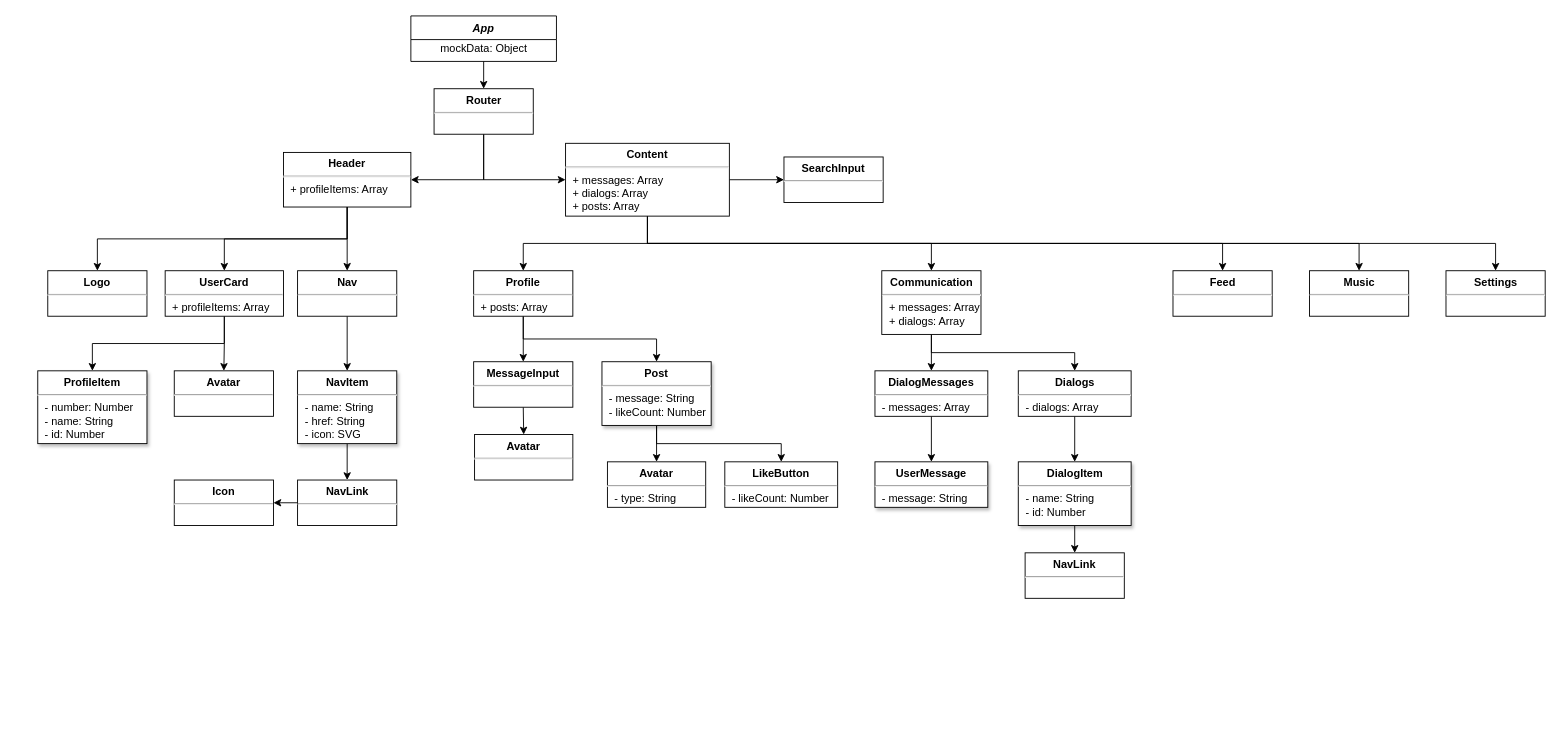
The draw.io diagram Untitled Diagram.drawio in PsarewIvan/react-challenge-itcamasutra, before the edit. Source tidied: cells renumbered, new cells numbered last; positions are measured from the earlier drawing's top-left corner, leaving out a move shared by most shapes. Both pictures are drawn from the tidied source at 91%, with x=0, y=0 at pixel (37, 15).
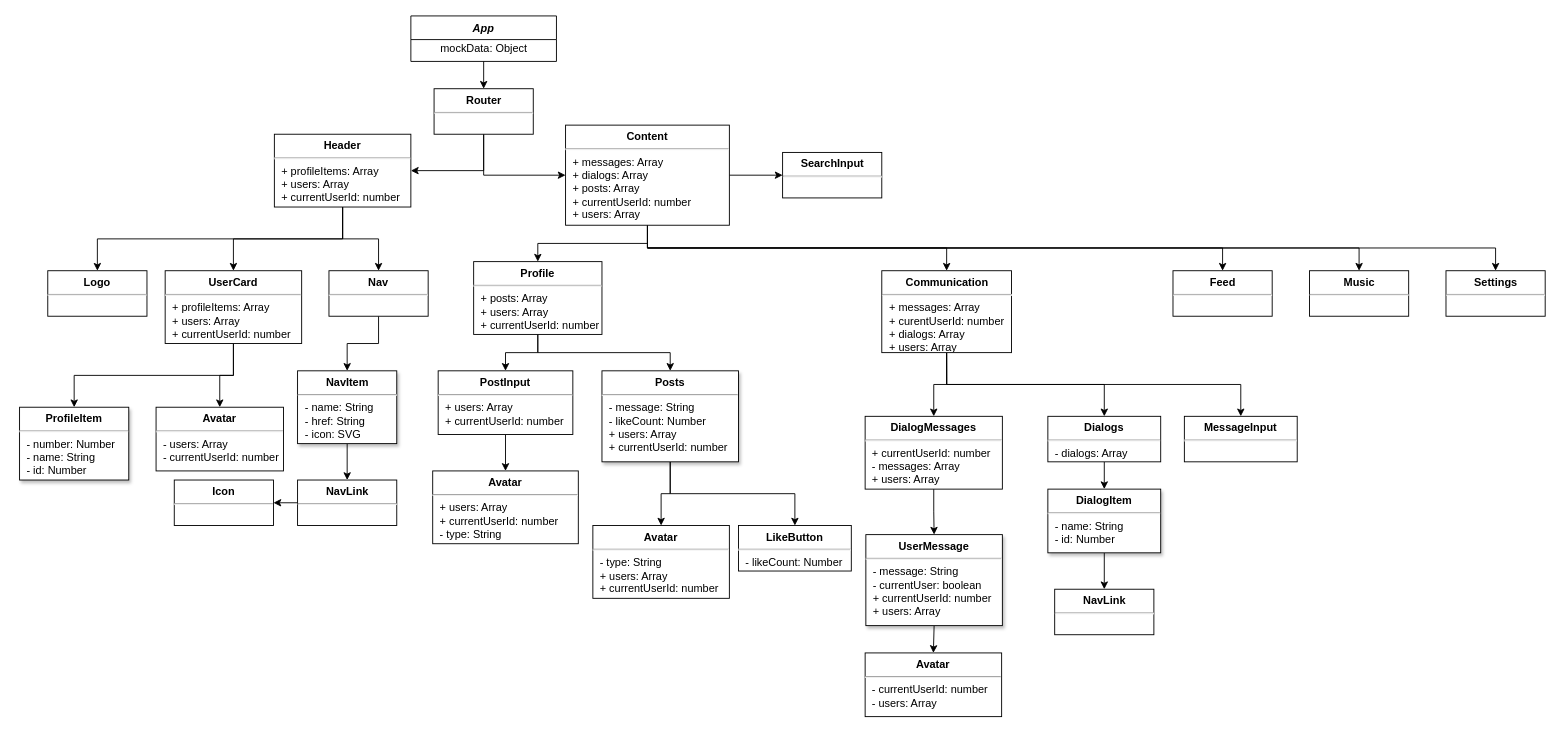
The same diagram, later.

Change to the diagram source:
```diff
@@
-    <mxCell id="8" value="&lt;p style=&quot;margin: 0px ; margin-top: 6px ; text-align: center&quot;&gt;&lt;b&gt;Header&lt;/b&gt;&lt;/p&gt;&lt;hr&gt;&lt;p style=&quot;margin: 0px ; margin-left: 8px&quot;&gt;+ profileItems: Array&lt;/p&gt;" style="align=left;overflow=fill;html=1;" parent="1" vertex="1">
-      <mxGeometry x="270" y="150" width="140" height="60" as="geometry" />
+    <mxCell id="8" value="&lt;p style=&quot;margin: 0px ; margin-top: 6px ; text-align: center&quot;&gt;&lt;b&gt;Header&lt;/b&gt;&lt;/p&gt;&lt;hr&gt;&lt;p style=&quot;margin: 0px ; margin-left: 8px&quot;&gt;+ profileItems: Array&lt;/p&gt;&lt;p style=&quot;margin: 0px 0px 0px 8px&quot;&gt;+ users: Array&lt;/p&gt;&lt;p style=&quot;margin: 0px 0px 0px 8px&quot;&gt;+ currentUserId: number&lt;/p&gt;" style="align=left;overflow=fill;html=1;" parent="1" vertex="1">
+      <mxGeometry x="260" y="130" width="150" height="80" as="geometry" />
     </mxCell>
@@
-    <mxCell id="15" value="&lt;p style=&quot;margin: 0px ; margin-top: 6px ; text-align: center&quot;&gt;&lt;b&gt;Content&lt;/b&gt;&lt;/p&gt;&lt;hr&gt;&lt;p style=&quot;margin: 0px ; margin-left: 8px&quot;&gt;+ messages: Array&lt;br&gt;+ dialogs: Array&lt;/p&gt;&lt;p style=&quot;margin: 0px ; margin-left: 8px&quot;&gt;+ posts: Array&lt;/p&gt;" style="align=left;overflow=fill;html=1;" parent="1" vertex="1">
-      <mxGeometry x="580" y="140" width="180" height="80" as="geometry" />
+    <mxCell id="15" value="&lt;p style=&quot;margin: 0px ; margin-top: 6px ; text-align: center&quot;&gt;&lt;b&gt;Content&lt;/b&gt;&lt;/p&gt;&lt;hr&gt;&lt;p style=&quot;margin: 0px ; margin-left: 8px&quot;&gt;+ messages: Array&lt;br&gt;+ dialogs: Array&lt;/p&gt;&lt;p style=&quot;margin: 0px ; margin-left: 8px&quot;&gt;+ posts: Array&lt;/p&gt;&lt;p style=&quot;margin: 0px ; margin-left: 8px&quot;&gt;+ currentUserId: number&lt;/p&gt;&lt;p style=&quot;margin: 0px ; margin-left: 8px&quot;&gt;+ users: Array&lt;/p&gt;" style="align=left;overflow=fill;html=1;" parent="1" vertex="1">
+      <mxGeometry x="580" y="120" width="180" height="110" as="geometry" />
     </mxCell>
@@
-    <mxCell id="19" value="&lt;p style=&quot;margin: 0px ; margin-top: 6px ; text-align: center&quot;&gt;&lt;b&gt;UserCard&lt;/b&gt;&lt;/p&gt;&lt;hr&gt;&lt;p style=&quot;margin: 0px ; margin-left: 8px&quot;&gt;+ profileItems: Array&lt;/p&gt;" style="align=left;overflow=fill;html=1;" parent="1" vertex="1">
-      <mxGeometry x="140" y="280" width="130" height="50" as="geometry" />
+    <mxCell id="19" value="&lt;p style=&quot;margin: 0px ; margin-top: 6px ; text-align: center&quot;&gt;&lt;b&gt;UserCard&lt;/b&gt;&lt;/p&gt;&lt;hr&gt;&lt;p style=&quot;margin: 0px ; margin-left: 8px&quot;&gt;+ profileItems: Array&lt;/p&gt;&lt;p style=&quot;margin: 0px 0px 0px 8px&quot;&gt;+ users: Array&lt;/p&gt;&lt;p style=&quot;margin: 0px 0px 0px 8px&quot;&gt;+ currentUserId: number&lt;/p&gt;" style="align=left;overflow=fill;html=1;" parent="1" vertex="1">
+      <mxGeometry x="140" y="280" width="150" height="80" as="geometry" />
     </mxCell>
@@
     <mxCell id="21" value="&lt;p style=&quot;margin: 0px ; margin-top: 6px ; text-align: center&quot;&gt;&lt;b&gt;Nav&lt;/b&gt;&lt;/p&gt;&lt;hr&gt;&lt;p style=&quot;margin: 0px ; margin-left: 8px&quot;&gt;&lt;br&gt;&lt;/p&gt;" style="align=left;overflow=fill;html=1;" parent="1" vertex="1">
-      <mxGeometry x="285.5" y="280" width="109" height="50" as="geometry" />
+      <mxGeometry x="320" y="280" width="109" height="50" as="geometry" />
     </mxCell>
     <mxCell id="22" value="&lt;p style=&quot;margin: 0px ; margin-top: 6px ; text-align: center&quot;&gt;&lt;b&gt;ProfileItem&lt;/b&gt;&lt;/p&gt;&lt;hr&gt;&lt;p style=&quot;margin: 0px ; margin-left: 8px&quot;&gt;- number: Number&lt;/p&gt;&lt;p style=&quot;margin: 0px ; margin-left: 8px&quot;&gt;- name: String&lt;/p&gt;&lt;p style=&quot;margin: 0px ; margin-left: 8px&quot;&gt;- id: Number&lt;/p&gt;" style="align=left;overflow=fill;html=1;rounded=0;glass=0;shadow=1;sketch=0;" parent="1" vertex="1">
-      <mxGeometry y="390" width="120" height="80" as="geometry" />
+      <mxGeometry x="-20" y="430" width="120" height="80" as="geometry" />
     </mxCell>
-    <mxCell id="23" value="&lt;p style=&quot;margin: 0px ; margin-top: 6px ; text-align: center&quot;&gt;&lt;b&gt;Avatar&lt;/b&gt;&lt;/p&gt;&lt;hr&gt;&lt;p style=&quot;margin: 0px ; margin-left: 8px&quot;&gt;&lt;br&gt;&lt;/p&gt;" style="align=left;overflow=fill;html=1;" parent="1" vertex="1">
-      <mxGeometry x="150" y="390" width="109" height="50" as="geometry" />
+    <mxCell id="23" value="&lt;p style=&quot;margin: 0px ; margin-top: 6px ; text-align: center&quot;&gt;&lt;b&gt;Avatar&lt;/b&gt;&lt;/p&gt;&lt;hr&gt;&lt;p style=&quot;margin: 0px ; margin-left: 8px&quot;&gt;- users: Array&lt;/p&gt;&lt;p style=&quot;margin: 0px ; margin-left: 8px&quot;&gt;- currentUserId: number&lt;/p&gt;" style="align=left;overflow=fill;html=1;" parent="1" vertex="1">
+      <mxGeometry x="130" y="430" width="140" height="70" as="geometry" />
     </mxCell>
@@
     <mxCell id="32" value="&lt;p style=&quot;margin: 0px ; margin-top: 6px ; text-align: center&quot;&gt;&lt;b&gt;SearchInput&lt;/b&gt;&lt;/p&gt;&lt;hr&gt;&lt;p style=&quot;margin: 0px ; margin-left: 8px&quot;&gt;&lt;br&gt;&lt;/p&gt;" style="align=left;overflow=fill;html=1;" parent="1" vertex="1">
-      <mxGeometry x="820" y="155" width="109" height="50" as="geometry" />
+      <mxGeometry x="818.5" y="150" width="109" height="50" as="geometry" />
     </mxCell>
@@
-    <mxCell id="35" value="&lt;p style=&quot;margin: 0px ; margin-top: 6px ; text-align: center&quot;&gt;&lt;b&gt;Profile&lt;/b&gt;&lt;/p&gt;&lt;hr&gt;&lt;p style=&quot;margin: 0px ; margin-left: 8px&quot;&gt;+ posts: Array&lt;/p&gt;" style="align=left;overflow=fill;html=1;" parent="1" vertex="1">
-      <mxGeometry x="479" y="280" width="109" height="50" as="geometry" />
+    <mxCell id="35" value="&lt;p style=&quot;margin: 0px ; margin-top: 6px ; text-align: center&quot;&gt;&lt;b&gt;Profile&lt;/b&gt;&lt;/p&gt;&lt;hr&gt;&lt;p style=&quot;margin: 0px ; margin-left: 8px&quot;&gt;+ posts: Array&lt;/p&gt;&lt;p style=&quot;margin: 0px 0px 0px 8px&quot;&gt;+ users: Array&lt;/p&gt;&lt;p style=&quot;margin: 0px 0px 0px 8px&quot;&gt;+ currentUserId: number&lt;/p&gt;" style="align=left;overflow=fill;html=1;" parent="1" vertex="1">
+      <mxGeometry x="479" y="270" width="141" height="80" as="geometry" />
     </mxCell>
@@
+    <mxCell id="58" style="edgeStyle=orthogonalEdgeStyle;rounded=0;jettySize=auto;html=1;exitX=0.5;exitY=1;exitDx=0;exitDy=0;entryX=0.5;entryY=0;entryDx=0;entryDy=0;" parent="1" edge="1" source="38" target="61">
+      <mxGeometry relative="1" as="geometry" />
+    </mxCell>
-    <mxCell id="38" value="&lt;p style=&quot;margin: 0px ; margin-top: 6px ; text-align: center&quot;&gt;&lt;b&gt;Communication&lt;/b&gt;&lt;/p&gt;&lt;hr&gt;&lt;p style=&quot;margin: 0px ; margin-left: 8px&quot;&gt;+ messages: Array&lt;br&gt;+ dialogs: Array&lt;br&gt;&lt;/p&gt;" style="align=left;overflow=fill;html=1;" parent="1" vertex="1">
-      <mxGeometry x="927.5" y="280" width="109" height="70" as="geometry" />
+    <mxCell id="38" value="&lt;p style=&quot;margin: 0px ; margin-top: 6px ; text-align: center&quot;&gt;&lt;b&gt;Communication&lt;/b&gt;&lt;/p&gt;&lt;hr&gt;&lt;p style=&quot;margin: 0px ; margin-left: 8px&quot;&gt;+ messages: Array&lt;/p&gt;&lt;p style=&quot;margin: 0px ; margin-left: 8px&quot;&gt;+ curentUserId: number&lt;br&gt;+ dialogs: Array&lt;br&gt;&lt;/p&gt;&lt;p style=&quot;margin: 0px 0px 0px 8px&quot;&gt;+ users: Array&lt;/p&gt;" style="align=left;overflow=fill;html=1;" parent="1" vertex="1">
+      <mxGeometry x="927.5" y="280" width="142.5" height="90" as="geometry" />
     </mxCell>
@@
-    <mxCell id="43" value="&lt;p style=&quot;margin: 0px ; margin-top: 6px ; text-align: center&quot;&gt;&lt;b&gt;MessageInput&lt;/b&gt;&lt;/p&gt;&lt;hr&gt;&lt;p style=&quot;margin: 0px ; margin-left: 8px&quot;&gt;&lt;br&gt;&lt;/p&gt;" style="align=left;overflow=fill;html=1;" parent="1" vertex="1">
-      <mxGeometry x="479" y="380" width="109" height="50" as="geometry" />
+    <mxCell id="43" value="&lt;p style=&quot;margin: 0px ; margin-top: 6px ; text-align: center&quot;&gt;&lt;b&gt;PostInput&lt;/b&gt;&lt;/p&gt;&lt;hr&gt;&lt;p style=&quot;margin: 0px 0px 0px 8px&quot;&gt;+ users: Array&lt;/p&gt;&lt;p style=&quot;margin: 0px 0px 0px 8px&quot;&gt;+ currentUserId: number&lt;/p&gt;" style="align=left;overflow=fill;html=1;" parent="1" vertex="1">
+      <mxGeometry x="440" y="390" width="148" height="70" as="geometry" />
     </mxCell>
-    <mxCell id="44" value="&lt;p style=&quot;margin: 0px ; margin-top: 6px ; text-align: center&quot;&gt;&lt;b&gt;Avatar&lt;/b&gt;&lt;/p&gt;&lt;hr&gt;&lt;p style=&quot;margin: 0px ; margin-left: 8px&quot;&gt;&lt;br&gt;&lt;/p&gt;" style="align=left;overflow=fill;html=1;" parent="1" vertex="1">
-      <mxGeometry x="480" y="460" width="108" height="50" as="geometry" />
+    <mxCell id="44" value="&lt;p style=&quot;margin: 0px ; margin-top: 6px ; text-align: center&quot;&gt;&lt;b&gt;Avatar&lt;/b&gt;&lt;/p&gt;&lt;hr&gt;&lt;p style=&quot;margin: 0px 0px 0px 8px&quot;&gt;+ users: Array&lt;/p&gt;&lt;p style=&quot;margin: 0px 0px 0px 8px&quot;&gt;+ currentUserId: number&lt;/p&gt;&lt;p style=&quot;margin: 0px 0px 0px 8px&quot;&gt;- type: String&lt;/p&gt;" style="align=left;overflow=fill;html=1;" parent="1" vertex="1">
+      <mxGeometry x="434" y="500" width="160" height="80" as="geometry" />
     </mxCell>
@@
-    <mxCell id="47" value="&lt;p style=&quot;margin: 0px ; margin-top: 6px ; text-align: center&quot;&gt;&lt;b&gt;Post&lt;/b&gt;&lt;/p&gt;&lt;hr&gt;&lt;p style=&quot;margin: 0px ; margin-left: 8px&quot;&gt;- message: String&lt;/p&gt;&lt;p style=&quot;margin: 0px ; margin-left: 8px&quot;&gt;- likeCount: Number&lt;/p&gt;" style="align=left;overflow=fill;html=1;shadow=1;" parent="1" vertex="1">
-      <mxGeometry x="620" y="380" width="120" height="70" as="geometry" />
+    <mxCell id="47" value="&lt;p style=&quot;margin: 0px ; margin-top: 6px ; text-align: center&quot;&gt;&lt;b&gt;Posts&lt;/b&gt;&lt;/p&gt;&lt;hr&gt;&lt;p style=&quot;margin: 0px ; margin-left: 8px&quot;&gt;- message: String&lt;/p&gt;&lt;p style=&quot;margin: 0px ; margin-left: 8px&quot;&gt;- likeCount: Number&lt;/p&gt;&lt;p style=&quot;margin: 0px 0px 0px 8px&quot;&gt;+ users: Array&lt;/p&gt;&lt;p style=&quot;margin: 0px 0px 0px 8px&quot;&gt;+ currentUserId: number&lt;/p&gt;" style="align=left;overflow=fill;html=1;shadow=1;" parent="1" vertex="1">
+      <mxGeometry x="620" y="390" width="150" height="100" as="geometry" />
     </mxCell>
-    <mxCell id="48" value="&lt;p style=&quot;margin: 0px ; margin-top: 6px ; text-align: center&quot;&gt;&lt;b&gt;Avatar&lt;/b&gt;&lt;/p&gt;&lt;hr&gt;&lt;p style=&quot;margin: 0px ; margin-left: 8px&quot;&gt;- type: String&lt;/p&gt;" style="align=left;overflow=fill;html=1;" parent="1" vertex="1">
-      <mxGeometry x="626" y="490" width="108" height="50" as="geometry" />
+    <mxCell id="48" value="&lt;p style=&quot;margin: 0px ; margin-top: 6px ; text-align: center&quot;&gt;&lt;b&gt;Avatar&lt;/b&gt;&lt;/p&gt;&lt;hr&gt;&lt;p style=&quot;margin: 0px ; margin-left: 8px&quot;&gt;- type: String&lt;/p&gt;&lt;p style=&quot;margin: 0px 0px 0px 8px&quot;&gt;+ users: Array&lt;/p&gt;&lt;p style=&quot;margin: 0px 0px 0px 8px&quot;&gt;+ currentUserId: number&lt;/p&gt;" style="align=left;overflow=fill;html=1;" parent="1" vertex="1">
+      <mxGeometry x="610" y="560" width="150" height="80" as="geometry" />
     </mxCell>
     <mxCell id="49" value="&lt;p style=&quot;margin: 0px ; margin-top: 6px ; text-align: center&quot;&gt;&lt;b&gt;LikeButton&lt;/b&gt;&lt;/p&gt;&lt;hr&gt;&lt;p style=&quot;margin: 0px ; margin-left: 8px&quot;&gt;- likeCount: Number&lt;/p&gt;" style="align=left;overflow=fill;html=1;" parent="1" vertex="1">
-      <mxGeometry x="755" y="490" width="124" height="50" as="geometry" />
+      <mxGeometry x="770" y="560" width="124" height="50" as="geometry" />
     </mxCell>
@@
-    <mxCell id="51" value="&lt;p style=&quot;margin: 0px ; margin-top: 6px ; text-align: center&quot;&gt;&lt;b&gt;DialogMessages&lt;/b&gt;&lt;/p&gt;&lt;hr&gt;&lt;p style=&quot;margin: 0px ; margin-left: 8px&quot;&gt;- messages: Array&lt;/p&gt;" style="align=left;overflow=fill;html=1;" parent="1" vertex="1">
-      <mxGeometry x="920" y="390" width="124" height="50" as="geometry" />
+    <mxCell id="51" value="&lt;p style=&quot;margin: 0px ; margin-top: 6px ; text-align: center&quot;&gt;&lt;b&gt;DialogMessages&lt;/b&gt;&lt;/p&gt;&lt;hr&gt;&lt;p style=&quot;margin: 0px ; margin-left: 8px&quot;&gt;+ currentUserId: number&lt;/p&gt;&lt;p style=&quot;margin: 0px ; margin-left: 8px&quot;&gt;- messages: Array&lt;/p&gt;&lt;p style=&quot;margin: 0px 0px 0px 8px&quot;&gt;+ users: Array&lt;/p&gt;" style="align=left;overflow=fill;html=1;" parent="1" vertex="1">
+      <mxGeometry x="909.2" y="440" width="150.8" height="80" as="geometry" />
     </mxCell>
@@
     <mxCell id="53" value="&lt;p style=&quot;margin: 0px ; margin-top: 6px ; text-align: center&quot;&gt;&lt;b&gt;Dialogs&lt;/b&gt;&lt;/p&gt;&lt;hr&gt;&lt;p style=&quot;margin: 0px ; margin-left: 8px&quot;&gt;- dialogs: Array&lt;/p&gt;" style="align=left;overflow=fill;html=1;" parent="1" vertex="1">
-      <mxGeometry x="1077.5" y="390" width="124" height="50" as="geometry" />
+      <mxGeometry x="1110" y="440" width="124" height="50" as="geometry" />
     </mxCell>
+    <mxCell id="59" style="edgeStyle=orthogonalEdgeStyle;rounded=0;jettySize=auto;html=1;exitX=0.5;exitY=1;exitDx=0;exitDy=0;entryX=0.5;entryY=0;entryDx=0;entryDy=0;" parent="1" edge="1" source="54" target="60">
+      <mxGeometry relative="1" as="geometry" />
+    </mxCell>
-    <mxCell id="54" value="&lt;p style=&quot;margin: 0px ; margin-top: 6px ; text-align: center&quot;&gt;&lt;b&gt;UserMessage&lt;/b&gt;&lt;/p&gt;&lt;hr&gt;&lt;p style=&quot;margin: 0px ; margin-left: 8px&quot;&gt;- message: String&lt;/p&gt;" style="align=left;overflow=fill;html=1;shadow=1;" parent="1" vertex="1">
-      <mxGeometry x="920" y="490" width="124" height="50" as="geometry" />
+    <mxCell id="54" value="&lt;p style=&quot;margin: 0px ; margin-top: 6px ; text-align: center&quot;&gt;&lt;b&gt;UserMessage&lt;/b&gt;&lt;/p&gt;&lt;hr&gt;&lt;p style=&quot;margin: 0px ; margin-left: 8px&quot;&gt;- message: String&lt;/p&gt;&lt;p style=&quot;margin: 0px ; margin-left: 8px&quot;&gt;- currentUser: boolean&lt;/p&gt;&lt;p style=&quot;margin: 0px ; margin-left: 8px&quot;&gt;+ currentUserId: number&lt;/p&gt;&lt;p style=&quot;margin: 0px 0px 0px 8px&quot;&gt;+ users: Array&lt;/p&gt;" style="align=left;overflow=fill;html=1;shadow=1;" parent="1" vertex="1">
+      <mxGeometry x="910" y="570" width="150" height="100" as="geometry" />
     </mxCell>
@@
     <mxCell id="56" value="&lt;p style=&quot;margin: 0px ; margin-top: 6px ; text-align: center&quot;&gt;&lt;b&gt;DialogItem&lt;/b&gt;&lt;/p&gt;&lt;hr&gt;&lt;p style=&quot;margin: 0px ; margin-left: 8px&quot;&gt;- name: String&lt;/p&gt;&lt;p style=&quot;margin: 0px ; margin-left: 8px&quot;&gt;- id: Number&lt;/p&gt;" style="align=left;overflow=fill;html=1;shadow=1;" parent="1" vertex="1">
-      <mxGeometry x="1077.5" y="490" width="124" height="70" as="geometry" />
+      <mxGeometry x="1110" y="520" width="124" height="70" as="geometry" />
     </mxCell>
     <mxCell id="57" value="&lt;p style=&quot;margin: 0px ; margin-top: 6px ; text-align: center&quot;&gt;&lt;b&gt;NavLink&lt;/b&gt;&lt;/p&gt;&lt;hr&gt;&lt;p style=&quot;margin: 0px ; margin-left: 8px&quot;&gt;&lt;br&gt;&lt;/p&gt;" style="align=left;overflow=fill;html=1;shadow=0;" parent="1" vertex="1">
-      <mxGeometry x="1085" y="590" width="109" height="50" as="geometry" />
+      <mxGeometry x="1117.5" y="630" width="109" height="50" as="geometry" />
     </mxCell>
+    <mxCell id="60" value="&lt;p style=&quot;margin: 0px ; margin-top: 6px ; text-align: center&quot;&gt;&lt;b&gt;Avatar&lt;/b&gt;&lt;/p&gt;&lt;hr&gt;&lt;p style=&quot;margin: 0px ; margin-left: 8px&quot;&gt;- currentUserId: number&lt;/p&gt;&lt;p style=&quot;margin: 0px ; margin-left: 8px&quot;&gt;- users: Array&lt;/p&gt;" style="align=left;overflow=fill;html=1;" parent="1" vertex="1">
+      <mxGeometry x="909.2" y="700" width="150" height="70" as="geometry" />
+    </mxCell>
+    <mxCell id="61" value="&lt;p style=&quot;margin: 0px ; margin-top: 6px ; text-align: center&quot;&gt;&lt;b&gt;MessageInput&lt;/b&gt;&lt;/p&gt;&lt;hr&gt;&lt;p style=&quot;margin: 0px ; margin-left: 8px&quot;&gt;&lt;br&gt;&lt;/p&gt;" style="align=left;overflow=fill;html=1;" parent="1" vertex="1">
+      <mxGeometry x="1260" y="440" width="124" height="50" as="geometry" />
+    </mxCell>
```
